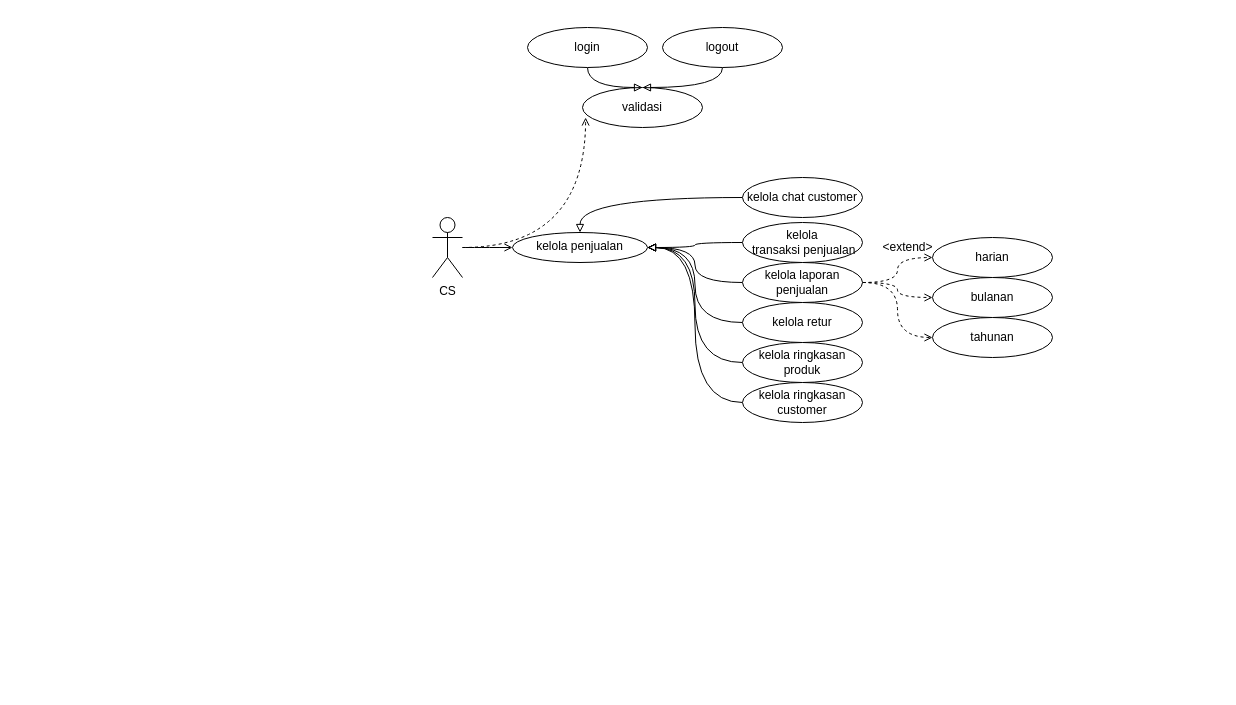
Earlier version of the draw.io diagram page "usecase" (1 of 3) of Untitled Diagram.drawio (RiqqiAmru/SistemEnterprise). Source tidied: cells renumbered, new cells numbered last; positions are measured from the earlier drawing's top-left corner, leaving out a move shared by most shapes. Both pictures are drawn from the tidied source at 100%, with x=0, y=0 at pixel (432, 27).
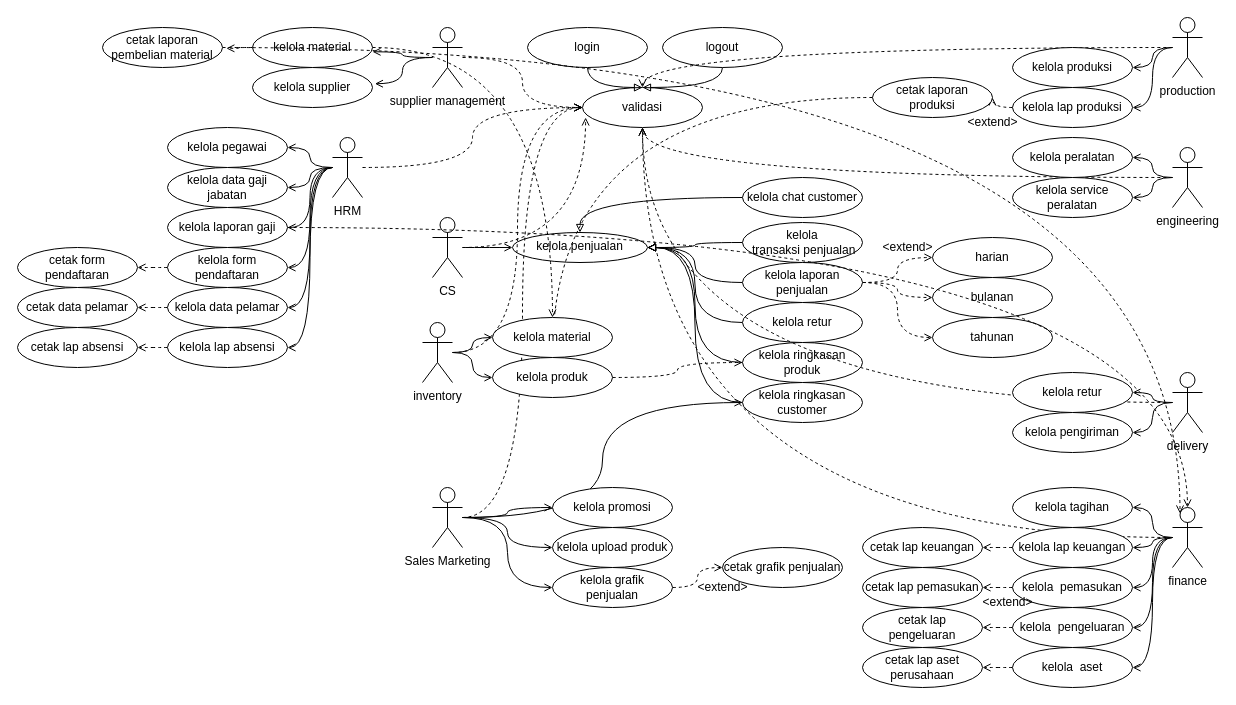
The same diagram, later.

The change refers to these unchanged cells:
```xml
<mxCell id="18" value="kelola ringkasan produk" style="ellipse;whiteSpace=wrap;html=1;" parent="1" vertex="1">
  <mxGeometry x="310" y="315" width="120" height="40" as="geometry" />
</mxCell>
<mxCell id="20" value="kelola ringkasan customer" style="ellipse;whiteSpace=wrap;html=1;" parent="1" vertex="1">
  <mxGeometry x="310" y="355" width="120" height="40" as="geometry" />
</mxCell>
<mxCell id="25" value="validasi&lt;br&gt;" style="ellipse;whiteSpace=wrap;html=1;" parent="1" vertex="1">
  <mxGeometry x="150" y="60" width="120" height="40" as="geometry" />
</mxCell>
```

What changed in the source:
```diff
@@
+    <mxCell id="30" style="edgeStyle=orthogonalEdgeStyle;rounded=0;jettySize=auto;html=1;endArrow=open;endFill=0;curved=1;" parent="1" edge="1" source="35" target="36">
+      <mxGeometry relative="1" as="geometry" />
+    </mxCell>
+    <mxCell id="31" style="edgeStyle=orthogonalEdgeStyle;curved=1;rounded=0;jettySize=auto;html=1;endArrow=open;endFill=0;" parent="1" edge="1" source="35" target="37">
+      <mxGeometry relative="1" as="geometry" />
+    </mxCell>
+    <mxCell id="32" style="edgeStyle=orthogonalEdgeStyle;curved=1;rounded=0;jettySize=auto;html=1;entryX=0;entryY=0.5;entryDx=0;entryDy=0;endArrow=open;endFill=0;" parent="1" edge="1" source="35" target="39">
+      <mxGeometry relative="1" as="geometry" />
+    </mxCell>
+    <mxCell id="33" style="edgeStyle=orthogonalEdgeStyle;curved=1;rounded=0;jettySize=auto;html=1;entryX=0;entryY=0.5;entryDx=0;entryDy=0;endArrow=open;endFill=0;" parent="1" edge="1" source="35" target="20">
+      <mxGeometry relative="1" as="geometry" />
+    </mxCell>
+    <mxCell id="34" style="edgeStyle=orthogonalEdgeStyle;curved=1;rounded=0;jettySize=auto;html=1;entryX=0;entryY=0.5;entryDx=0;entryDy=0;dashed=1;endArrow=open;endFill=0;" parent="1" edge="1" source="35" target="25">
+      <mxGeometry relative="1" as="geometry" />
+    </mxCell>
+    <mxCell id="35" value="Sales Marketing" style="shape=umlActor;verticalLabelPosition=bottom;verticalAlign=top;html=1;outlineConnect=0;strokeColor=#000000;" parent="1" vertex="1">
+      <mxGeometry y="460" width="30" height="60" as="geometry" />
+    </mxCell>
+    <mxCell id="36" value="kelola promosi" style="ellipse;whiteSpace=wrap;html=1;" parent="1" vertex="1">
+      <mxGeometry x="120" y="460" width="120" height="40" as="geometry" />
+    </mxCell>
+    <mxCell id="37" value="kelola upload produk" style="ellipse;whiteSpace=wrap;html=1;" parent="1" vertex="1">
+      <mxGeometry x="120" y="500" width="120" height="40" as="geometry" />
+    </mxCell>
+    <mxCell id="38" style="edgeStyle=orthogonalEdgeStyle;curved=1;rounded=0;jettySize=auto;html=1;endArrow=open;endFill=0;dashed=1;" parent="1" edge="1" source="39" target="40">
+      <mxGeometry relative="1" as="geometry" />
+    </mxCell>
+    <mxCell id="39" value="kelola grafik penjualan" style="ellipse;whiteSpace=wrap;html=1;" parent="1" vertex="1">
+      <mxGeometry x="120" y="540" width="120" height="40" as="geometry" />
+    </mxCell>
+    <mxCell id="40" value="cetak grafik penjualan" style="ellipse;whiteSpace=wrap;html=1;" parent="1" vertex="1">
+      <mxGeometry x="290" y="520" width="120" height="40" as="geometry" />
+    </mxCell>
+    <mxCell id="41" value="&amp;lt;extend&amp;gt;" style="text;html=1;align=center;verticalAlign=middle;strokeColor=none;fillColor=none;" parent="1" vertex="1">
+      <mxGeometry x="255" y="545" width="70" height="30" as="geometry" />
+    </mxCell>
+    <mxCell id="42" style="edgeStyle=orthogonalEdgeStyle;curved=1;rounded=0;jettySize=auto;html=1;dashed=1;endArrow=open;endFill=0;" parent="1" edge="1" source="45" target="25">
+      <mxGeometry relative="1" as="geometry" />
+    </mxCell>
+    <mxCell id="43" style="edgeStyle=orthogonalEdgeStyle;curved=1;rounded=0;jettySize=auto;html=1;entryX=1;entryY=0.5;entryDx=0;entryDy=0;endArrow=open;endFill=0;" parent="1" edge="1" source="45" target="46">
+      <mxGeometry relative="1" as="geometry" />
+    </mxCell>
+    <mxCell id="44" style="edgeStyle=orthogonalEdgeStyle;curved=1;rounded=0;jettySize=auto;html=1;entryX=1;entryY=0.5;entryDx=0;entryDy=0;endArrow=open;endFill=0;" parent="1" edge="1" source="45" target="48">
+      <mxGeometry relative="1" as="geometry" />
+    </mxCell>
+    <mxCell id="45" value="production" style="shape=umlActor;verticalLabelPosition=bottom;verticalAlign=top;html=1;outlineConnect=0;" parent="1" vertex="1">
+      <mxGeometry x="740" y="-10" width="30" height="60" as="geometry" />
+    </mxCell>
+    <mxCell id="46" value="kelola produksi" style="ellipse;whiteSpace=wrap;html=1;" parent="1" vertex="1">
+      <mxGeometry x="580" y="20" width="120" height="40" as="geometry" />
+    </mxCell>
+    <mxCell id="47" style="edgeStyle=orthogonalEdgeStyle;curved=1;rounded=0;jettySize=auto;html=1;endArrow=open;endFill=0;dashed=1;" parent="1" edge="1" source="48" target="50">
+      <mxGeometry relative="1" as="geometry" />
+    </mxCell>
+    <mxCell id="48" value="kelola lap produksi" style="ellipse;whiteSpace=wrap;html=1;" parent="1" vertex="1">
+      <mxGeometry x="580" y="60" width="120" height="40" as="geometry" />
+    </mxCell>
+    <mxCell id="49" style="edgeStyle=orthogonalEdgeStyle;curved=1;rounded=0;jettySize=auto;html=1;dashed=1;endArrow=open;endFill=0;" parent="1" edge="1" source="50" target="91">
+      <mxGeometry relative="1" as="geometry" />
+    </mxCell>
+    <mxCell id="50" value="cetak laporan produksi" style="ellipse;whiteSpace=wrap;html=1;" parent="1" vertex="1">
+      <mxGeometry x="440" y="50" width="120" height="40" as="geometry" />
+    </mxCell>
+    <mxCell id="51" value="&amp;lt;extend&amp;gt;" style="text;html=1;align=center;verticalAlign=middle;strokeColor=none;fillColor=none;" parent="1" vertex="1">
+      <mxGeometry x="525" y="80" width="70" height="30" as="geometry" />
+    </mxCell>
+    <mxCell id="52" style="edgeStyle=orthogonalEdgeStyle;curved=1;rounded=0;jettySize=auto;html=1;entryX=1;entryY=0.5;entryDx=0;entryDy=0;endArrow=open;endFill=0;" parent="1" edge="1" source="55" target="56">
+      <mxGeometry relative="1" as="geometry" />
+    </mxCell>
+    <mxCell id="53" style="edgeStyle=orthogonalEdgeStyle;curved=1;rounded=0;jettySize=auto;html=1;entryX=1;entryY=0.5;entryDx=0;entryDy=0;endArrow=open;endFill=0;" parent="1" edge="1" source="55" target="57">
+      <mxGeometry relative="1" as="geometry" />
+    </mxCell>
+    <mxCell id="54" style="edgeStyle=orthogonalEdgeStyle;curved=1;rounded=0;jettySize=auto;html=1;endArrow=open;endFill=0;dashed=1;" parent="1" edge="1" source="55" target="25">
+      <mxGeometry relative="1" as="geometry" />
+    </mxCell>
+    <mxCell id="55" value="engineering" style="shape=umlActor;verticalLabelPosition=bottom;verticalAlign=top;html=1;outlineConnect=0;" parent="1" vertex="1">
+      <mxGeometry x="740" y="120" width="30" height="60" as="geometry" />
+    </mxCell>
+    <mxCell id="56" value="kelola peralatan" style="ellipse;whiteSpace=wrap;html=1;" parent="1" vertex="1">
+      <mxGeometry x="580" y="110" width="120" height="40" as="geometry" />
+    </mxCell>
+    <mxCell id="57" value="kelola service peralatan" style="ellipse;whiteSpace=wrap;html=1;" parent="1" vertex="1">
+      <mxGeometry x="580" y="150" width="120" height="40" as="geometry" />
+    </mxCell>
+    <mxCell id="58" style="edgeStyle=orthogonalEdgeStyle;curved=1;rounded=0;jettySize=auto;html=1;entryX=1;entryY=0.5;entryDx=0;entryDy=0;endArrow=open;endFill=0;" parent="1" edge="1" source="61" target="62">
+      <mxGeometry relative="1" as="geometry" />
+    </mxCell>
+    <mxCell id="59" style="edgeStyle=orthogonalEdgeStyle;curved=1;rounded=0;jettySize=auto;html=1;entryX=1;entryY=0.5;entryDx=0;entryDy=0;endArrow=open;endFill=0;" parent="1" edge="1" source="61" target="63">
+      <mxGeometry relative="1" as="geometry" />
+    </mxCell>
+    <mxCell id="60" style="edgeStyle=orthogonalEdgeStyle;curved=1;rounded=0;jettySize=auto;html=1;entryX=0.5;entryY=1;entryDx=0;entryDy=0;endArrow=open;endFill=0;dashed=1;" parent="1" edge="1" source="61" target="25">
+      <mxGeometry relative="1" as="geometry" />
+    </mxCell>
+    <mxCell id="61" value="delivery" style="shape=umlActor;verticalLabelPosition=bottom;verticalAlign=top;html=1;outlineConnect=0;" parent="1" vertex="1">
+      <mxGeometry x="740" y="345" width="30" height="60" as="geometry" />
+    </mxCell>
+    <mxCell id="62" value="kelola retur" style="ellipse;whiteSpace=wrap;html=1;" parent="1" vertex="1">
+      <mxGeometry x="580" y="345" width="120" height="40" as="geometry" />
+    </mxCell>
+    <mxCell id="63" value="kelola pengiriman" style="ellipse;whiteSpace=wrap;html=1;" parent="1" vertex="1">
+      <mxGeometry x="580" y="385" width="120" height="40" as="geometry" />
+    </mxCell>
+    <mxCell id="64" style="edgeStyle=orthogonalEdgeStyle;curved=1;rounded=0;jettySize=auto;html=1;entryX=0.5;entryY=1;entryDx=0;entryDy=0;dashed=1;endArrow=open;endFill=0;" parent="1" edge="1" source="70" target="25">
+      <mxGeometry relative="1" as="geometry" />
+    </mxCell>
+    <mxCell id="65" style="edgeStyle=orthogonalEdgeStyle;curved=1;rounded=0;jettySize=auto;html=1;entryX=1;entryY=0.5;entryDx=0;entryDy=0;endArrow=open;endFill=0;" parent="1" edge="1" source="70" target="71">
+      <mxGeometry relative="1" as="geometry" />
+    </mxCell>
+    <mxCell id="66" style="edgeStyle=orthogonalEdgeStyle;curved=1;rounded=0;jettySize=auto;html=1;entryX=1;entryY=0.5;entryDx=0;entryDy=0;endArrow=open;endFill=0;" parent="1" edge="1" source="70" target="73">
+      <mxGeometry relative="1" as="geometry" />
+    </mxCell>
+    <mxCell id="67" style="edgeStyle=orthogonalEdgeStyle;curved=1;rounded=0;jettySize=auto;html=1;entryX=1;entryY=0.5;entryDx=0;entryDy=0;endArrow=open;endFill=0;" parent="1" edge="1" source="70" target="77">
+      <mxGeometry relative="1" as="geometry" />
+    </mxCell>
+    <mxCell id="68" style="edgeStyle=orthogonalEdgeStyle;curved=1;rounded=0;jettySize=auto;html=1;entryX=1;entryY=0.5;entryDx=0;entryDy=0;endArrow=open;endFill=0;" parent="1" edge="1" source="70" target="79">
+      <mxGeometry relative="1" as="geometry" />
+    </mxCell>
+    <mxCell id="69" style="edgeStyle=orthogonalEdgeStyle;curved=1;rounded=0;jettySize=auto;html=1;entryX=1;entryY=0.5;entryDx=0;entryDy=0;endArrow=open;endFill=0;" parent="1" edge="1" source="70" target="82">
+      <mxGeometry relative="1" as="geometry" />
+    </mxCell>
+    <mxCell id="70" value="finance" style="shape=umlActor;verticalLabelPosition=bottom;verticalAlign=top;html=1;outlineConnect=0;" parent="1" vertex="1">
+      <mxGeometry x="740" y="480" width="30" height="60" as="geometry" />
+    </mxCell>
+    <mxCell id="71" value="kelola tagihan" style="ellipse;whiteSpace=wrap;html=1;" parent="1" vertex="1">
+      <mxGeometry x="580" y="460" width="120" height="40" as="geometry" />
+    </mxCell>
+    <mxCell id="72" style="edgeStyle=orthogonalEdgeStyle;curved=1;rounded=0;jettySize=auto;html=1;entryX=1;entryY=0.5;entryDx=0;entryDy=0;endArrow=open;endFill=0;dashed=1;" parent="1" edge="1" source="73" target="74">
+      <mxGeometry relative="1" as="geometry" />
+    </mxCell>
+    <mxCell id="73" value="kelola lap keuangan" style="ellipse;whiteSpace=wrap;html=1;" parent="1" vertex="1">
+      <mxGeometry x="580" y="500" width="120" height="40" as="geometry" />
+    </mxCell>
+    <mxCell id="74" value="cetak lap keuangan" style="ellipse;whiteSpace=wrap;html=1;" parent="1" vertex="1">
+      <mxGeometry x="430" y="500" width="120" height="40" as="geometry" />
+    </mxCell>
+    <mxCell id="75" value="cetak lap pemasukan" style="ellipse;whiteSpace=wrap;html=1;" parent="1" vertex="1">
+      <mxGeometry x="430" y="540" width="120" height="40" as="geometry" />
+    </mxCell>
+    <mxCell id="76" style="edgeStyle=orthogonalEdgeStyle;curved=1;rounded=0;jettySize=auto;html=1;entryX=1;entryY=0.5;entryDx=0;entryDy=0;dashed=1;endArrow=open;endFill=0;" parent="1" edge="1" source="77" target="75">
+      <mxGeometry relative="1" as="geometry" />
+    </mxCell>
+    <mxCell id="77" value="kelola&amp;nbsp; pemasukan" style="ellipse;whiteSpace=wrap;html=1;" parent="1" vertex="1">
+      <mxGeometry x="580" y="540" width="120" height="40" as="geometry" />
+    </mxCell>
+    <mxCell id="78" style="edgeStyle=orthogonalEdgeStyle;curved=1;rounded=0;jettySize=auto;html=1;entryX=1;entryY=0.5;entryDx=0;entryDy=0;dashed=1;endArrow=open;endFill=0;" parent="1" edge="1" source="79" target="80">
+      <mxGeometry relative="1" as="geometry" />
+    </mxCell>
+    <mxCell id="79" value="kelola&amp;nbsp; pengeluaran" style="ellipse;whiteSpace=wrap;html=1;" parent="1" vertex="1">
+      <mxGeometry x="580" y="580" width="120" height="40" as="geometry" />
+    </mxCell>
+    <mxCell id="80" value="cetak lap pengeluaran" style="ellipse;whiteSpace=wrap;html=1;" parent="1" vertex="1">
+      <mxGeometry x="430" y="580" width="120" height="40" as="geometry" />
+    </mxCell>
+    <mxCell id="81" style="edgeStyle=orthogonalEdgeStyle;curved=1;rounded=0;jettySize=auto;html=1;entryX=1;entryY=0.5;entryDx=0;entryDy=0;dashed=1;endArrow=open;endFill=0;" parent="1" edge="1" source="82" target="83">
+      <mxGeometry relative="1" as="geometry" />
+    </mxCell>
+    <mxCell id="82" value="kelola&amp;nbsp; aset" style="ellipse;whiteSpace=wrap;html=1;" parent="1" vertex="1">
+      <mxGeometry x="580" y="620" width="120" height="40" as="geometry" />
+    </mxCell>
+    <mxCell id="83" value="cetak lap aset perusahaan" style="ellipse;whiteSpace=wrap;html=1;" parent="1" vertex="1">
+      <mxGeometry x="430" y="620" width="120" height="40" as="geometry" />
+    </mxCell>
+    <mxCell id="84" value="&amp;lt;extend&amp;gt;" style="text;html=1;align=center;verticalAlign=middle;strokeColor=none;fillColor=none;" parent="1" vertex="1">
+      <mxGeometry x="540" y="560" width="70" height="30" as="geometry" />
+    </mxCell>
+    <mxCell id="85" style="edgeStyle=orthogonalEdgeStyle;curved=1;rounded=0;jettySize=auto;html=1;entryX=0;entryY=0.5;entryDx=0;entryDy=0;dashed=1;endArrow=open;endFill=0;" parent="1" edge="1" source="88" target="25">
+      <mxGeometry relative="1" as="geometry" />
+    </mxCell>
+    <mxCell id="86" style="edgeStyle=orthogonalEdgeStyle;curved=1;rounded=0;jettySize=auto;html=1;endArrow=open;endFill=0;" parent="1" edge="1" source="88" target="89">
+      <mxGeometry relative="1" as="geometry" />
+    </mxCell>
+    <mxCell id="87" style="edgeStyle=orthogonalEdgeStyle;curved=1;rounded=0;jettySize=auto;html=1;entryX=0;entryY=0.5;entryDx=0;entryDy=0;endArrow=open;endFill=0;" parent="1" edge="1" source="88" target="91">
+      <mxGeometry relative="1" as="geometry" />
+    </mxCell>
+    <mxCell id="88" value="inventory" style="shape=umlActor;verticalLabelPosition=bottom;verticalAlign=top;html=1;outlineConnect=0;" parent="1" vertex="1">
+      <mxGeometry x="-10" y="295" width="30" height="60" as="geometry" />
+    </mxCell>
+    <mxCell id="89" value="kelola material" style="ellipse;whiteSpace=wrap;html=1;" parent="1" vertex="1">
+      <mxGeometry x="60" y="290" width="120" height="40" as="geometry" />
+    </mxCell>
+    <mxCell id="90" style="edgeStyle=orthogonalEdgeStyle;curved=1;rounded=0;jettySize=auto;html=1;dashed=1;endArrow=open;endFill=0;" parent="1" edge="1" source="91" target="18">
+      <mxGeometry relative="1" as="geometry" />
+    </mxCell>
+    <mxCell id="91" value="kelola produk" style="ellipse;whiteSpace=wrap;html=1;" parent="1" vertex="1">
+      <mxGeometry x="60" y="330" width="120" height="40" as="geometry" />
+    </mxCell>
+    <mxCell id="92" style="edgeStyle=orthogonalEdgeStyle;curved=1;rounded=0;jettySize=auto;html=1;entryX=0;entryY=0.5;entryDx=0;entryDy=0;endArrow=open;endFill=0;dashed=1;" parent="1" edge="1" source="95" target="25">
+      <mxGeometry relative="1" as="geometry" />
+    </mxCell>
+    <mxCell id="93" style="edgeStyle=orthogonalEdgeStyle;curved=1;rounded=0;jettySize=auto;html=1;entryX=1;entryY=0.607;entryDx=0;entryDy=0;entryPerimeter=0;endArrow=open;endFill=0;" parent="1" edge="1" source="95" target="98">
+      <mxGeometry relative="1" as="geometry" />
+    </mxCell>
+    <mxCell id="94" style="edgeStyle=orthogonalEdgeStyle;curved=1;rounded=0;jettySize=auto;html=1;entryX=1.02;entryY=0.405;entryDx=0;entryDy=0;entryPerimeter=0;endArrow=open;endFill=0;" parent="1" edge="1" source="95" target="99">
+      <mxGeometry relative="1" as="geometry" />
+    </mxCell>
+    <mxCell id="95" value="supplier management" style="shape=umlActor;verticalLabelPosition=bottom;verticalAlign=top;html=1;outlineConnect=0;" parent="1" vertex="1">
+      <mxGeometry width="30" height="60" as="geometry" />
+    </mxCell>
+    <mxCell id="96" style="edgeStyle=orthogonalEdgeStyle;curved=1;rounded=0;jettySize=auto;html=1;entryX=1.032;entryY=0.521;entryDx=0;entryDy=0;entryPerimeter=0;endArrow=open;endFill=0;dashed=1;" parent="1" edge="1" source="98" target="101">
+      <mxGeometry relative="1" as="geometry" />
+    </mxCell>
+    <mxCell id="97" style="edgeStyle=orthogonalEdgeStyle;curved=1;rounded=0;jettySize=auto;html=1;dashed=1;endArrow=open;endFill=0;" parent="1" edge="1" source="98" target="89">
+      <mxGeometry relative="1" as="geometry" />
+    </mxCell>
+    <mxCell id="98" value="kelola material" style="ellipse;whiteSpace=wrap;html=1;" parent="1" vertex="1">
+      <mxGeometry x="-180" width="120" height="40" as="geometry" />
+    </mxCell>
+    <mxCell id="99" value="kelola supplier" style="ellipse;whiteSpace=wrap;html=1;" parent="1" vertex="1">
+      <mxGeometry x="-180" y="40" width="120" height="40" as="geometry" />
+    </mxCell>
+    <mxCell id="100" style="edgeStyle=orthogonalEdgeStyle;curved=1;rounded=0;jettySize=auto;html=1;entryX=0.25;entryY=0.1;entryDx=0;entryDy=0;entryPerimeter=0;endArrow=open;endFill=0;dashed=1;" parent="1" edge="1" source="101" target="70">
+      <mxGeometry relative="1" as="geometry" />
+    </mxCell>
+    <mxCell id="101" value="cetak laporan pembelian material" style="ellipse;whiteSpace=wrap;html=1;" parent="1" vertex="1">
+      <mxGeometry x="-330" width="120" height="40" as="geometry" />
+    </mxCell>
+    <mxCell id="102" style="edgeStyle=orthogonalEdgeStyle;curved=1;rounded=0;jettySize=auto;html=1;entryX=0;entryY=0.5;entryDx=0;entryDy=0;dashed=1;endArrow=open;endFill=0;" parent="1" edge="1" source="109" target="25">
+      <mxGeometry relative="1" as="geometry" />
+    </mxCell>
+    <mxCell id="103" style="edgeStyle=orthogonalEdgeStyle;curved=1;rounded=0;jettySize=auto;html=1;endArrow=open;endFill=0;" parent="1" edge="1" source="109" target="110">
+      <mxGeometry relative="1" as="geometry" />
+    </mxCell>
+    <mxCell id="104" style="edgeStyle=orthogonalEdgeStyle;curved=1;rounded=0;jettySize=auto;html=1;endArrow=open;endFill=0;" parent="1" edge="1" source="109" target="111">
+      <mxGeometry relative="1" as="geometry" />
+    </mxCell>
+    <mxCell id="105" style="edgeStyle=orthogonalEdgeStyle;curved=1;rounded=0;jettySize=auto;html=1;entryX=1;entryY=0.5;entryDx=0;entryDy=0;endArrow=open;endFill=0;" parent="1" edge="1" source="109" target="113">
+      <mxGeometry relative="1" as="geometry" />
+    </mxCell>
+    <mxCell id="106" style="edgeStyle=orthogonalEdgeStyle;curved=1;rounded=0;jettySize=auto;html=1;entryX=1;entryY=0.5;entryDx=0;entryDy=0;endArrow=open;endFill=0;" parent="1" edge="1" source="109" target="115">
+      <mxGeometry relative="1" as="geometry" />
+    </mxCell>
+    <mxCell id="107" style="edgeStyle=orthogonalEdgeStyle;curved=1;rounded=0;jettySize=auto;html=1;entryX=1;entryY=0.5;entryDx=0;entryDy=0;endArrow=open;endFill=0;" parent="1" edge="1" source="109" target="117">
+      <mxGeometry relative="1" as="geometry" />
+    </mxCell>
+    <mxCell id="108" style="edgeStyle=orthogonalEdgeStyle;curved=1;rounded=0;jettySize=auto;html=1;entryX=1;entryY=0.5;entryDx=0;entryDy=0;endArrow=open;endFill=0;" parent="1" edge="1" source="109" target="119">
+      <mxGeometry relative="1" as="geometry" />
+    </mxCell>
+    <mxCell id="109" value="HRM" style="shape=umlActor;verticalLabelPosition=bottom;verticalAlign=top;html=1;outlineConnect=0;" parent="1" vertex="1">
+      <mxGeometry x="-100" y="110" width="30" height="60" as="geometry" />
+    </mxCell>
+    <mxCell id="110" value="kelola pegawai" style="ellipse;whiteSpace=wrap;html=1;" parent="1" vertex="1">
+      <mxGeometry x="-265" y="100" width="120" height="40" as="geometry" />
+    </mxCell>
+    <mxCell id="111" value="kelola data gaji jabatan" style="ellipse;whiteSpace=wrap;html=1;" parent="1" vertex="1">
+      <mxGeometry x="-265" y="140" width="120" height="40" as="geometry" />
+    </mxCell>
+    <mxCell id="112" style="edgeStyle=orthogonalEdgeStyle;curved=1;rounded=0;jettySize=auto;html=1;dashed=1;endArrow=open;endFill=0;" parent="1" edge="1" source="113" target="70">
+      <mxGeometry relative="1" as="geometry" />
+    </mxCell>
+    <mxCell id="113" value="kelola laporan gaji" style="ellipse;whiteSpace=wrap;html=1;" parent="1" vertex="1">
+      <mxGeometry x="-265" y="180" width="120" height="40" as="geometry" />
+    </mxCell>
+    <mxCell id="114" style="edgeStyle=orthogonalEdgeStyle;curved=1;rounded=0;jettySize=auto;html=1;dashed=1;endArrow=open;endFill=0;" parent="1" edge="1" source="115" target="122">
+      <mxGeometry relative="1" as="geometry" />
+    </mxCell>
+    <mxCell id="115" value="kelola form pendaftaran" style="ellipse;whiteSpace=wrap;html=1;" parent="1" vertex="1">
+      <mxGeometry x="-265" y="220" width="120" height="40" as="geometry" />
+    </mxCell>
+    <mxCell id="116" style="edgeStyle=orthogonalEdgeStyle;curved=1;rounded=0;jettySize=auto;html=1;entryX=1;entryY=0.5;entryDx=0;entryDy=0;dashed=1;endArrow=open;endFill=0;" parent="1" edge="1" source="117" target="121">
+      <mxGeometry relative="1" as="geometry" />
+    </mxCell>
+    <mxCell id="117" value="kelola data pelamar" style="ellipse;whiteSpace=wrap;html=1;" parent="1" vertex="1">
+      <mxGeometry x="-265" y="260" width="120" height="40" as="geometry" />
+    </mxCell>
+    <mxCell id="118" style="edgeStyle=orthogonalEdgeStyle;curved=1;rounded=0;jettySize=auto;html=1;entryX=1;entryY=0.5;entryDx=0;entryDy=0;dashed=1;endArrow=open;endFill=0;" parent="1" edge="1" source="119" target="120">
+      <mxGeometry relative="1" as="geometry" />
+    </mxCell>
+    <mxCell id="119" value="kelola lap absensi" style="ellipse;whiteSpace=wrap;html=1;" parent="1" vertex="1">
+      <mxGeometry x="-265" y="300" width="120" height="40" as="geometry" />
+    </mxCell>
+    <mxCell id="120" value="cetak lap absensi" style="ellipse;whiteSpace=wrap;html=1;" parent="1" vertex="1">
+      <mxGeometry x="-415" y="300" width="120" height="40" as="geometry" />
+    </mxCell>
+    <mxCell id="121" value="cetak data pelamar" style="ellipse;whiteSpace=wrap;html=1;" parent="1" vertex="1">
+      <mxGeometry x="-415" y="260" width="120" height="40" as="geometry" />
+    </mxCell>
+    <mxCell id="122" value="cetak form pendaftaran" style="ellipse;whiteSpace=wrap;html=1;" parent="1" vertex="1">
+      <mxGeometry x="-415" y="220" width="120" height="40" as="geometry" />
+    </mxCell>
```
